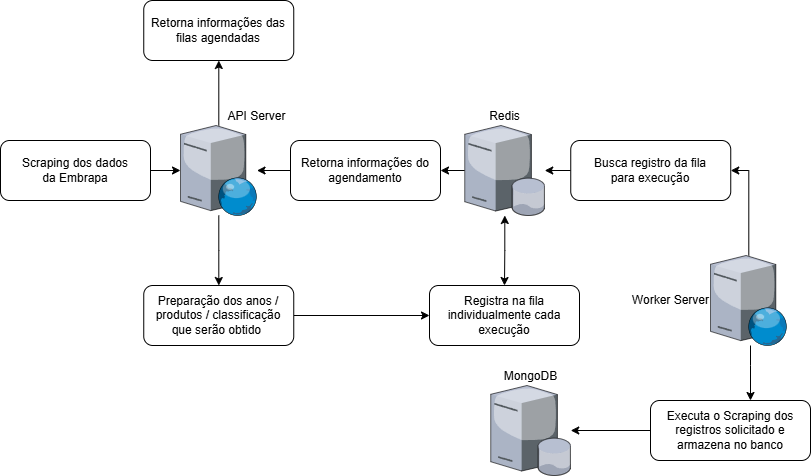
Earlier version of the draw.io export TC1.scraping.png (claudio-pandolfi/tc01-fiap). Source tidied: cells renumbered, new cells last; positions are measured from the earlier drawing's top-left corner, leaving out a move shared by most shapes. The source it was exported from:
```xml
<mxGraphModel>
  <root>
    <mxCell id="0" />
    <mxCell id="1" parent="0" />
    <mxCell id="2" value="MongoDB" style="verticalLabelPosition=top;sketch=0;html=1;verticalAlign=bottom;strokeColor=none;align=center;outlineConnect=0;shape=mxgraph.citrix.database_server;labelPosition=center;" parent="1" vertex="1">
      <mxGeometry x="490.2" y="385" width="80" height="90" as="geometry" />
    </mxCell>
    <mxCell id="3" style="edgeStyle=orthogonalEdgeStyle;rounded=0;jettySize=auto;html=1;endArrow=classic;startFill=0;endFill=1;" parent="1" edge="1" source="5" target="15">
      <mxGeometry relative="1" as="geometry" />
    </mxCell>
    <mxCell id="4" style="edgeStyle=orthogonalEdgeStyle;rounded=0;jettySize=auto;html=1;" parent="1" edge="1" source="5" target="23">
      <mxGeometry relative="1" as="geometry" />
    </mxCell>
    <mxCell id="5" value="&amp;nbsp; &amp;nbsp; &amp;nbsp; &amp;nbsp; &amp;nbsp; &amp;nbsp; &amp;nbsp; &amp;nbsp; &amp;nbsp; &amp;nbsp; &amp;nbsp; &amp;nbsp;API Server" style="verticalLabelPosition=top;sketch=0;html=1;verticalAlign=bottom;strokeColor=none;align=center;outlineConnect=0;shape=mxgraph.citrix.web_server;labelPosition=center;" parent="1" vertex="1">
      <mxGeometry x="180" y="125" width="76.5" height="90" as="geometry" />
    </mxCell>
    <mxCell id="6" style="edgeStyle=orthogonalEdgeStyle;rounded=0;jettySize=auto;html=1;endArrow=classic;endFill=1;startFill=1;startArrow=classic;" parent="1" edge="1" source="8" target="16">
      <mxGeometry relative="1" as="geometry" />
    </mxCell>
    <mxCell id="7" style="edgeStyle=orthogonalEdgeStyle;rounded=0;jettySize=auto;html=1;" parent="1" edge="1" source="8" target="22">
      <mxGeometry relative="1" as="geometry" />
    </mxCell>
    <mxCell id="8" value="Redis" style="verticalLabelPosition=top;sketch=0;html=1;verticalAlign=bottom;strokeColor=none;align=center;outlineConnect=0;shape=mxgraph.citrix.database_server;labelPosition=center;" parent="1" vertex="1">
      <mxGeometry x="464.2" y="125" width="80" height="90" as="geometry" />
    </mxCell>
    <mxCell id="9" style="edgeStyle=orthogonalEdgeStyle;rounded=0;jettySize=auto;html=1;entryX=1;entryY=0.5;entryDx=0;entryDy=0;" parent="1" edge="1" source="11" target="18">
      <mxGeometry relative="1" as="geometry">
        <Array as="points">
          <mxPoint x="748" y="170" />
        </Array>
      </mxGeometry>
    </mxCell>
    <mxCell id="10" style="edgeStyle=orthogonalEdgeStyle;rounded=0;jettySize=auto;html=1;" parent="1" edge="1" source="11" target="20">
      <mxGeometry relative="1" as="geometry">
        <Array as="points">
          <mxPoint x="750" y="365" />
          <mxPoint x="750" y="365" />
        </Array>
      </mxGeometry>
    </mxCell>
    <mxCell id="11" value="Worker Server" style="verticalLabelPosition=middle;sketch=0;html=1;verticalAlign=middle;strokeColor=none;align=right;outlineConnect=0;shape=mxgraph.citrix.web_server;labelPosition=left;" parent="1" vertex="1">
      <mxGeometry x="710" y="255" width="76.5" height="90" as="geometry" />
    </mxCell>
    <mxCell id="12" style="edgeStyle=orthogonalEdgeStyle;rounded=0;jettySize=auto;html=1;endArrow=classic;startFill=0;endFill=1;" parent="1" edge="1" source="13" target="5">
      <mxGeometry relative="1" as="geometry" />
    </mxCell>
    <mxCell id="13" value="Scraping dos dados&lt;br&gt;da Embrapa" style="rounded=1;whiteSpace=wrap;html=1;" parent="1" vertex="1">
      <mxGeometry y="140" width="150" height="60" as="geometry" />
    </mxCell>
    <mxCell id="14" style="edgeStyle=orthogonalEdgeStyle;rounded=0;jettySize=auto;html=1;endArrow=classic;startFill=0;endFill=1;" parent="1" edge="1" source="15" target="16">
      <mxGeometry relative="1" as="geometry" />
    </mxCell>
    <mxCell id="15" value="Preparação dos anos / produtos / classificação que serão obtido&amp;nbsp;" style="rounded=1;whiteSpace=wrap;html=1;" parent="1" vertex="1">
      <mxGeometry x="143.2" y="285" width="150" height="60" as="geometry" />
    </mxCell>
    <mxCell id="16" value="Registra na fila individualmente cada execução" style="whiteSpace=wrap;html=1;rounded=1;" parent="1" vertex="1">
      <mxGeometry x="429" y="285" width="150" height="60" as="geometry" />
    </mxCell>
    <mxCell id="17" style="edgeStyle=orthogonalEdgeStyle;rounded=0;jettySize=auto;html=1;" parent="1" edge="1" source="18" target="8">
      <mxGeometry relative="1" as="geometry" />
    </mxCell>
    <mxCell id="18" value="Busca registro da fila&lt;br&gt;para execução" style="whiteSpace=wrap;html=1;rounded=1;" parent="1" vertex="1">
      <mxGeometry x="570.2" y="140" width="160" height="60" as="geometry" />
    </mxCell>
    <mxCell id="19" style="edgeStyle=orthogonalEdgeStyle;rounded=0;jettySize=auto;html=1;" parent="1" edge="1" source="20" target="2">
      <mxGeometry relative="1" as="geometry" />
    </mxCell>
    <mxCell id="20" value="Executa o Scraping dos registros solicitado e armazena no banco" style="whiteSpace=wrap;html=1;rounded=1;" parent="1" vertex="1">
      <mxGeometry x="650" y="400" width="160" height="60" as="geometry" />
    </mxCell>
    <mxCell id="21" style="edgeStyle=orthogonalEdgeStyle;rounded=0;jettySize=auto;html=1;" parent="1" edge="1" source="22" target="5">
      <mxGeometry relative="1" as="geometry" />
    </mxCell>
    <mxCell id="22" value="Retorna informações do agendamento" style="whiteSpace=wrap;html=1;rounded=1;" parent="1" vertex="1">
      <mxGeometry x="290" y="140" width="150" height="60" as="geometry" />
    </mxCell>
    <mxCell id="23" value="Retorna informações das filas agendadas" style="rounded=1;whiteSpace=wrap;html=1;" parent="1" vertex="1">
      <mxGeometry x="143.2" width="150" height="60" as="geometry" />
    </mxCell>
  </root>
</mxGraphModel>
```
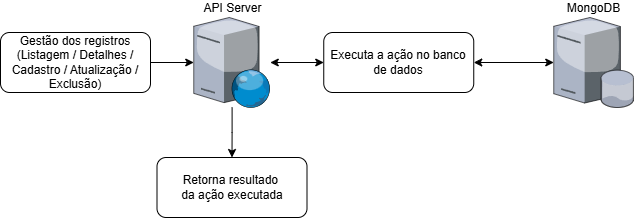
The same diagram one commit later.

Commit message:
Ajuste na imagem do fluxo base

Change to the diagram source:
```diff
@@ -3,79 +3,31 @@
     <mxCell id="0" />
     <mxCell id="1" parent="0" />
     <mxCell id="2" value="MongoDB" style="verticalLabelPosition=top;sketch=0;html=1;verticalAlign=bottom;strokeColor=none;align=center;outlineConnect=0;shape=mxgraph.citrix.database_server;labelPosition=center;" parent="1" vertex="1">
-      <mxGeometry x="490.2" y="385" width="80" height="90" as="geometry" />
+      <mxGeometry x="641.2" y="630" width="80" height="90" as="geometry" />
     </mxCell>
-    <mxCell id="3" style="edgeStyle=orthogonalEdgeStyle;rounded=0;jettySize=auto;html=1;endArrow=classic;startFill=0;endFill=1;" parent="1" edge="1" source="5" target="15">
+    <mxCell id="3" style="edgeStyle=orthogonalEdgeStyle;rounded=0;jettySize=auto;html=1;endArrow=classic;startFill=1;startArrow=classic;endFill=1;" parent="1" edge="1" source="5" target="9">
       <mxGeometry relative="1" as="geometry" />
     </mxCell>
-    <mxCell id="4" style="edgeStyle=orthogonalEdgeStyle;rounded=0;jettySize=auto;html=1;" parent="1" edge="1" source="5" target="23">
+    <mxCell id="4" style="edgeStyle=orthogonalEdgeStyle;rounded=0;jettySize=auto;html=1;" parent="1" edge="1" source="5" target="10">
       <mxGeometry relative="1" as="geometry" />
     </mxCell>
-    <mxCell id="5" value="&amp;nbsp; &amp;nbsp; &amp;nbsp; &amp;nbsp; &amp;nbsp; &amp;nbsp; &amp;nbsp; &amp;nbsp; &amp;nbsp; &amp;nbsp; &amp;nbsp; &amp;nbsp;API Server" style="verticalLabelPosition=top;sketch=0;html=1;verticalAlign=bottom;strokeColor=none;align=center;outlineConnect=0;shape=mxgraph.citrix.web_server;labelPosition=center;" parent="1" vertex="1">
-      <mxGeometry x="180" y="125" width="76.5" height="90" as="geometry" />
+    <mxCell id="5" value="API Server" style="verticalLabelPosition=top;sketch=0;html=1;verticalAlign=bottom;strokeColor=none;align=center;outlineConnect=0;shape=mxgraph.citrix.web_server;labelPosition=center;" parent="1" vertex="1">
+      <mxGeometry x="281.2" y="630" width="76.5" height="90" as="geometry" />
     </mxCell>
-    <mxCell id="6" style="edgeStyle=orthogonalEdgeStyle;rounded=0;jettySize=auto;html=1;endArrow=classic;endFill=1;startFill=1;startArrow=classic;" parent="1" edge="1" source="8" target="16">
+    <mxCell id="6" style="edgeStyle=orthogonalEdgeStyle;rounded=0;jettySize=auto;html=1;endArrow=classic;startFill=0;startArrow=none;endFill=1;" parent="1" edge="1" source="7" target="5">
       <mxGeometry relative="1" as="geometry" />
     </mxCell>
-    <mxCell id="7" style="edgeStyle=orthogonalEdgeStyle;rounded=0;jettySize=auto;html=1;" parent="1" edge="1" source="8" target="22">
-      <mxGeometry relative="1" as="geometry" />
+    <mxCell id="7" value="Gestão dos registros&lt;br&gt;(Listagem / Detalhes / Cadastro / Atualização / Exclusão)" style="rounded=1;whiteSpace=wrap;html=1;" parent="1" vertex="1">
+      <mxGeometry x="88" y="645" width="150" height="60" as="geometry" />
     </mxCell>
-    <mxCell id="8" value="Redis" style="verticalLabelPosition=top;sketch=0;html=1;verticalAlign=bottom;strokeColor=none;align=center;outlineConnect=0;shape=mxgraph.citrix.database_server;labelPosition=center;" parent="1" vertex="1">
-      <mxGeometry x="464.2" y="125" width="80" height="90" as="geometry" />
+    <mxCell id="8" style="edgeStyle=orthogonalEdgeStyle;rounded=0;jettySize=auto;html=1;startArrow=classic;startFill=1;" parent="1" edge="1" source="9" target="2">
+      <mxGeometry relative="1" as="geometry" />
     </mxCell>
-    <mxCell id="9" style="edgeStyle=orthogonalEdgeStyle;rounded=0;jettySize=auto;html=1;entryX=1;entryY=0.5;entryDx=0;entryDy=0;" parent="1" edge="1" source="11" target="18">
-      <mxGeometry relative="1" as="geometry">
-        <Array as="points">
-          <mxPoint x="748" y="170" />
-        </Array>
-      </mxGeometry>
+    <mxCell id="9" value="Executa a ação no banco de dados" style="rounded=1;whiteSpace=wrap;html=1;" parent="1" vertex="1">
+      <mxGeometry x="411.2" y="645" width="150" height="60" as="geometry" />
     </mxCell>
-    <mxCell id="10" style="edgeStyle=orthogonalEdgeStyle;rounded=0;jettySize=auto;html=1;" parent="1" edge="1" source="11" target="20">
-      <mxGeometry relative="1" as="geometry">
-        <Array as="points">
-          <mxPoint x="750" y="365" />
-          <mxPoint x="750" y="365" />
-        </Array>
-      </mxGeometry>
+    <mxCell id="10" value="Retorna resultado&amp;nbsp;&lt;div&gt;da ação executada&lt;/div&gt;" style="rounded=1;whiteSpace=wrap;html=1;" parent="1" vertex="1">
+      <mxGeometry x="244.5" y="770" width="150" height="60" as="geometry" />
     </mxCell>
-    <mxCell id="11" value="Worker Server" style="verticalLabelPosition=middle;sketch=0;html=1;verticalAlign=middle;strokeColor=none;align=right;outlineConnect=0;shape=mxgraph.citrix.web_server;labelPosition=left;" parent="1" vertex="1">
-      <mxGeometry x="710" y="255" width="76.5" height="90" as="geometry" />
-    </mxCell>
-    <mxCell id="12" style="edgeStyle=orthogonalEdgeStyle;rounded=0;jettySize=auto;html=1;endArrow=classic;startFill=0;endFill=1;" parent="1" edge="1" source="13" target="5">
-      <mxGeometry relative="1" as="geometry" />
-    </mxCell>
-    <mxCell id="13" value="Scraping dos dados&lt;br&gt;da Embrapa" style="rounded=1;whiteSpace=wrap;html=1;" parent="1" vertex="1">
-      <mxGeometry y="140" width="150" height="60" as="geometry" />
-    </mxCell>
-    <mxCell id="14" style="edgeStyle=orthogonalEdgeStyle;rounded=0;jettySize=auto;html=1;endArrow=classic;startFill=0;endFill=1;" parent="1" edge="1" source="15" target="16">
-      <mxGeometry relative="1" as="geometry" />
-    </mxCell>
-    <mxCell id="15" value="Preparação dos anos / produtos / classificação que serão obtido&amp;nbsp;" style="rounded=1;whiteSpace=wrap;html=1;" parent="1" vertex="1">
-      <mxGeometry x="143.2" y="285" width="150" height="60" as="geometry" />
-    </mxCell>
-    <mxCell id="16" value="Registra na fila individualmente cada execução" style="whiteSpace=wrap;html=1;rounded=1;" parent="1" vertex="1">
-      <mxGeometry x="429" y="285" width="150" height="60" as="geometry" />
-    </mxCell>
-    <mxCell id="17" style="edgeStyle=orthogonalEdgeStyle;rounded=0;jettySize=auto;html=1;" parent="1" edge="1" source="18" target="8">
-      <mxGeometry relative="1" as="geometry" />
-    </mxCell>
-    <mxCell id="18" value="Busca registro da fila&lt;br&gt;para execução" style="whiteSpace=wrap;html=1;rounded=1;" parent="1" vertex="1">
-      <mxGeometry x="570.2" y="140" width="160" height="60" as="geometry" />
-    </mxCell>
-    <mxCell id="19" style="edgeStyle=orthogonalEdgeStyle;rounded=0;jettySize=auto;html=1;" parent="1" edge="1" source="20" target="2">
-      <mxGeometry relative="1" as="geometry" />
-    </mxCell>
-    <mxCell id="20" value="Executa o Scraping dos registros solicitado e armazena no banco" style="whiteSpace=wrap;html=1;rounded=1;" parent="1" vertex="1">
-      <mxGeometry x="650" y="400" width="160" height="60" as="geometry" />
-    </mxCell>
-    <mxCell id="21" style="edgeStyle=orthogonalEdgeStyle;rounded=0;jettySize=auto;html=1;" parent="1" edge="1" source="22" target="5">
-      <mxGeometry relative="1" as="geometry" />
-    </mxCell>
-    <mxCell id="22" value="Retorna informações do agendamento" style="whiteSpace=wrap;html=1;rounded=1;" parent="1" vertex="1">
-      <mxGeometry x="290" y="140" width="150" height="60" as="geometry" />
-    </mxCell>
-    <mxCell id="23" value="Retorna informações das filas agendadas" style="rounded=1;whiteSpace=wrap;html=1;" parent="1" vertex="1">
-      <mxGeometry x="143.2" width="150" height="60" as="geometry" />
-    </mxCell>
   </root>
 </mxGraphModel>
```
